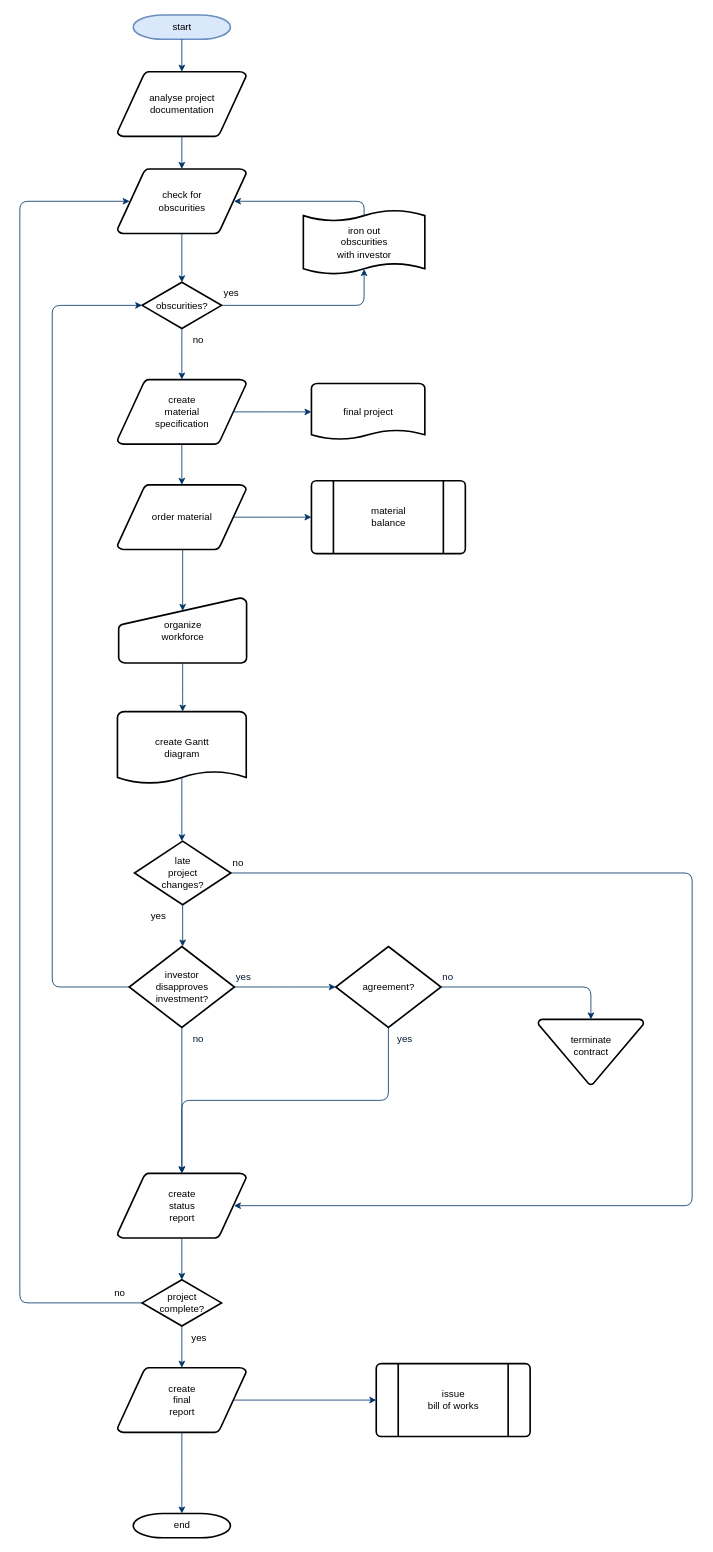
Earlier version of the draw.io diagram 用户注册.drawio (aimu921/drawIO). Source tidied: cells renumbered, new cells numbered last; positions are measured from the earlier drawing's top-left corner, leaving out a move shared by most shapes. Both pictures are drawn from the tidied source at 81%, with x=0, y=0 at pixel (19, 15).
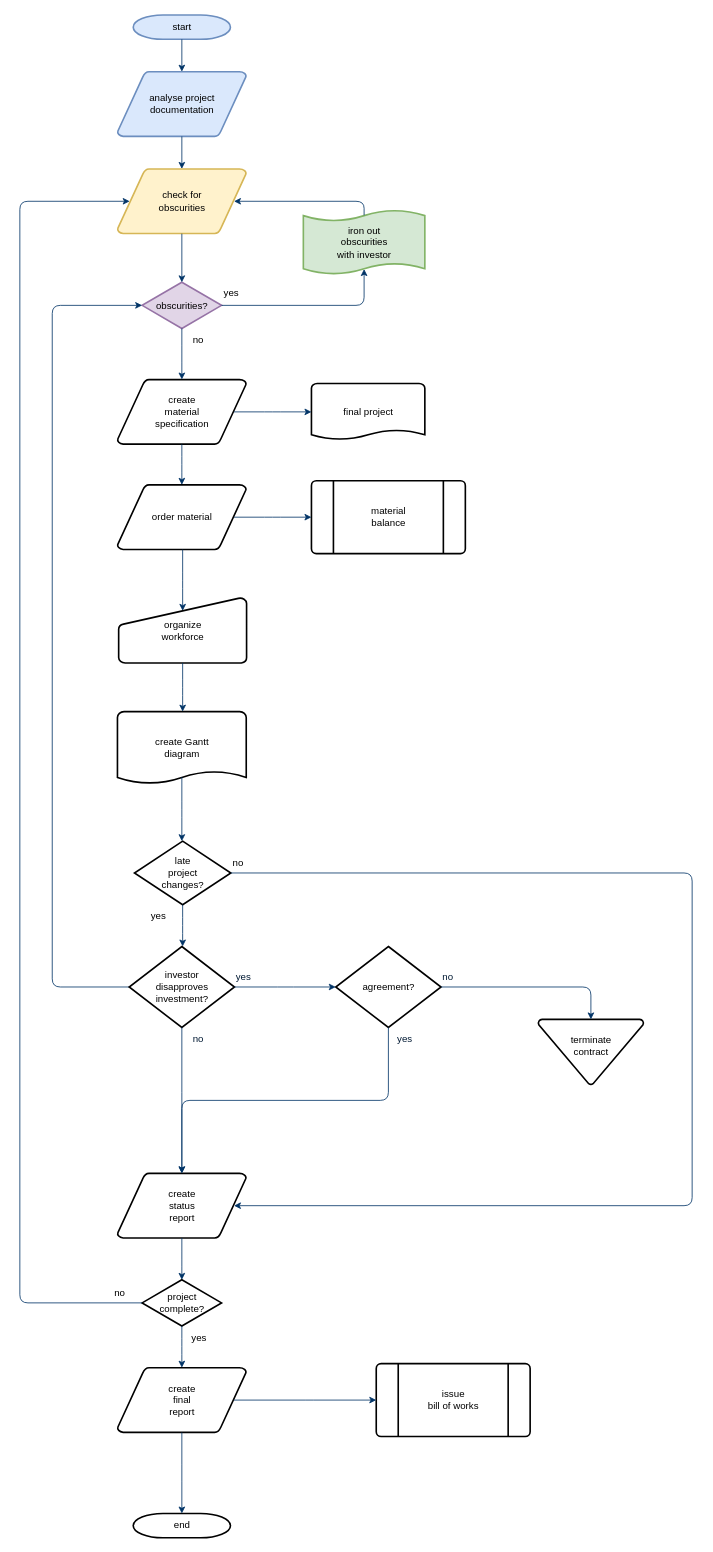
Above is the later version.

Commit message:
更新用户注册.drawio

What changed in the source:
```diff
@@
-    <mxCell id="3" value="analyse project&#10; documentation" style="shape=mxgraph.flowchart.data;strokeWidth=2;gradientColor=none;gradientDirection=north;fontStyle=0;html=1;" parent="1" vertex="1">
+    <mxCell id="3" value="analyse project&#10; documentation" style="shape=mxgraph.flowchart.data;strokeWidth=2;gradientDirection=north;fontStyle=0;html=1;fillColor=#dae8fc;strokeColor=#6c8ebf;" parent="1" vertex="1">
       <mxGeometry x="120.5" y="70" width="159" height="80" as="geometry" />
     </mxCell>
@@
-    <mxCell id="5" value="check for&#10;obscurities" style="shape=mxgraph.flowchart.data;strokeWidth=2;gradientColor=none;gradientDirection=north;fontStyle=0;html=1;" parent="1" vertex="1">
+    <mxCell id="5" value="check for&#10;obscurities" style="shape=mxgraph.flowchart.data;strokeWidth=2;gradientDirection=north;fontStyle=0;html=1;fillColor=#fff2cc;strokeColor=#d6b656;" parent="1" vertex="1">
       <mxGeometry x="120.5" y="190" width="159" height="80" as="geometry" />
     </mxCell>
-    <mxCell id="6" value="obscurities?" style="shape=mxgraph.flowchart.decision;strokeWidth=2;gradientColor=none;gradientDirection=north;fontStyle=0;html=1;" parent="1" vertex="1">
+    <mxCell id="6" value="obscurities?" style="shape=mxgraph.flowchart.decision;strokeWidth=2;gradientDirection=north;fontStyle=0;html=1;fillColor=#e1d5e7;strokeColor=#9673a6;" parent="1" vertex="1">
       <mxGeometry x="151" y="330" width="98" height="57" as="geometry" />
     </mxCell>
@@
-    <mxCell id="51" value="iron out&#10;obscurities &#10;with investor" style="shape=mxgraph.flowchart.paper_tape;strokeWidth=2;gradientColor=none;gradientDirection=north;fontStyle=0;html=1;" parent="1" vertex="1">
+    <mxCell id="51" value="iron out&#10;obscurities &#10;with investor" style="shape=mxgraph.flowchart.paper_tape;strokeWidth=2;gradientDirection=north;fontStyle=0;html=1;fillColor=#d5e8d4;strokeColor=#82b366;" parent="1" vertex="1">
       <mxGeometry x="350" y="240" width="150" height="81" as="geometry" />
     </mxCell>
```
